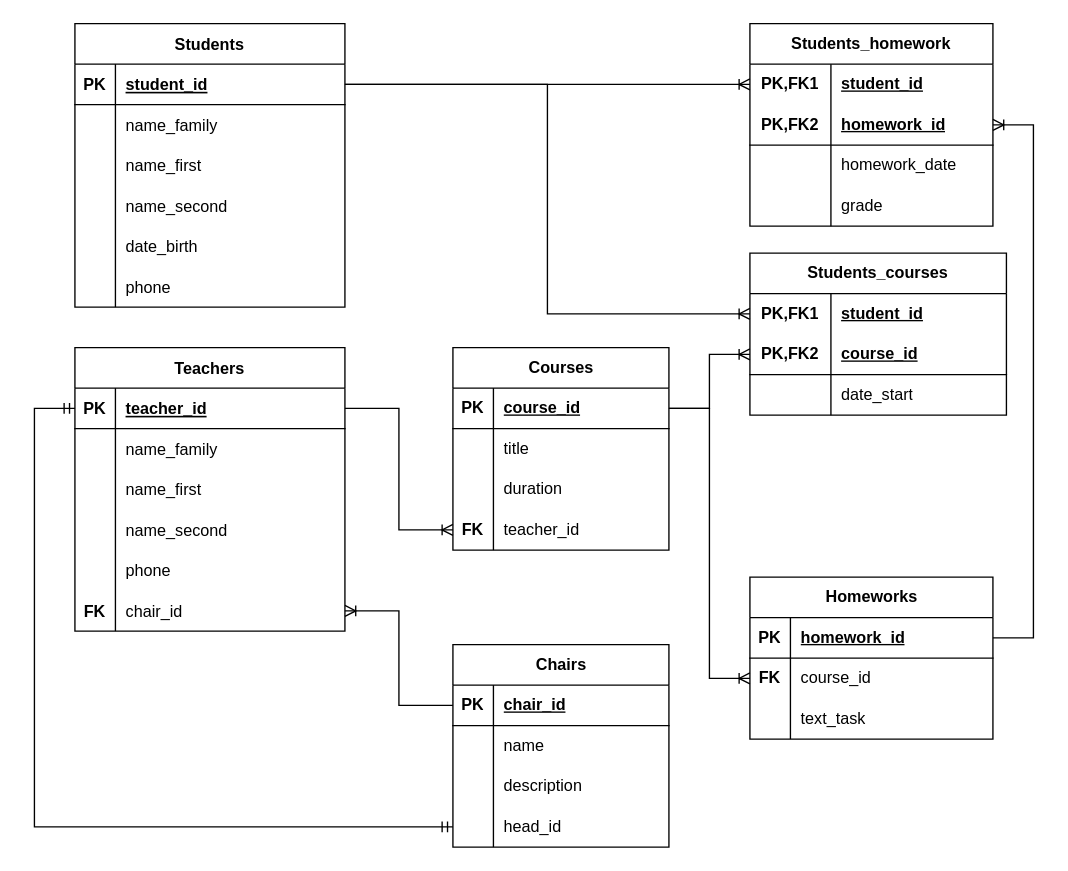
MDS-007-52/Draw_io_diagrams keeps this draw.io diagram as page "Task 3" (3 of 3) of draw_io/14_8_practice_DataBase.drawio. Above is the earlier version. Source tidied: cells renumbered, new cells numbered last; positions are measured from the earlier drawing's top-left corner, leaving out a move shared by most shapes. Both pictures are drawn from the tidied source at 135%, with x=0, y=0 at pixel (34, 23).
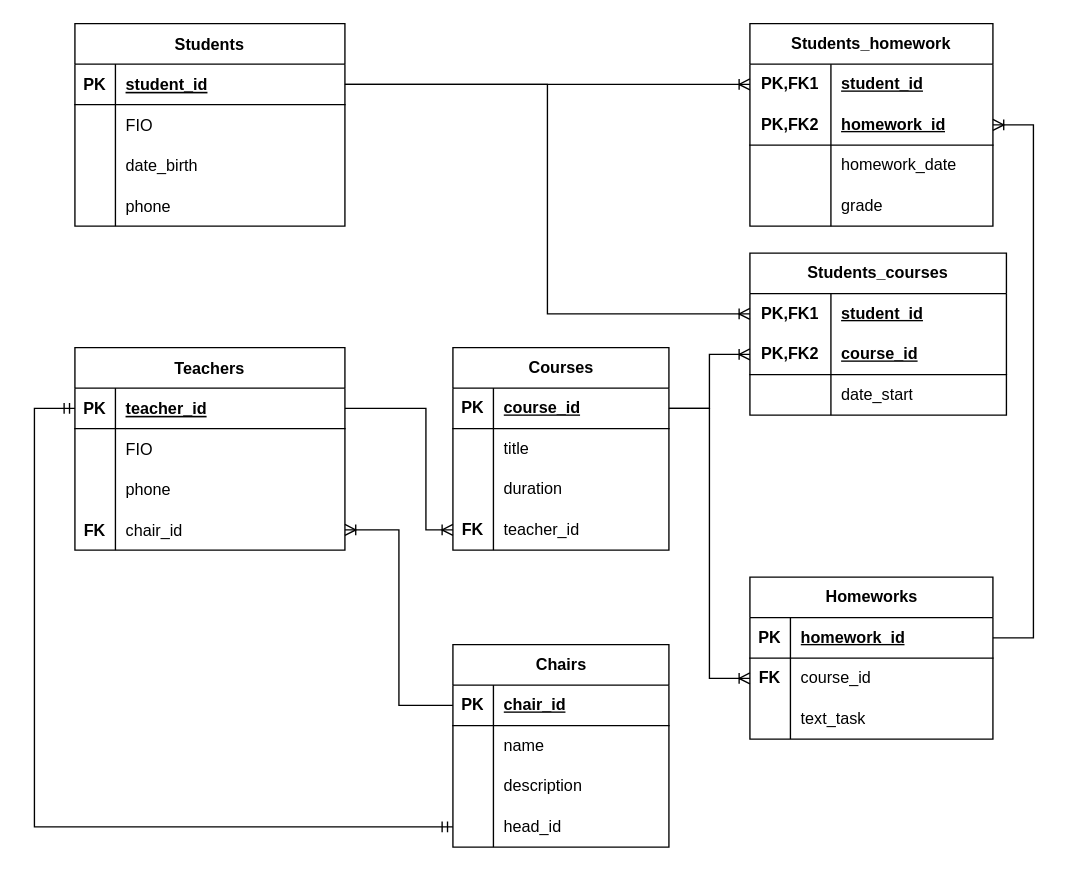
Above is the later version.

The change refers to these unchanged cells:
```xml
<mxCell id="41" style="shape=tableRow;horizontal=0;startSize=0;swimlaneHead=0;swimlaneBody=0;fillColor=none;points=[[0,0.5],[1,0.5]];portConstraint=eastwest;top=0;left=0;right=0;bottom=1;" parent="40" vertex="1">
  <mxGeometry y="30" width="160" height="30" as="geometry" />
</mxCell>
<mxCell id="50" style="shape=tableRow;horizontal=0;startSize=0;swimlaneHead=0;swimlaneBody=0;fillColor=none;points=[[0,0.5],[1,0.5]];portConstraint=eastwest;top=0;left=0;right=0;bottom=0;" parent="40" vertex="1">
  <mxGeometry y="120" width="160" height="30" as="geometry" />
</mxCell>
<mxCell id="64" style="shape=tableRow;horizontal=0;startSize=0;swimlaneHead=0;swimlaneBody=0;fillColor=none;points=[[0,0.5],[1,0.5]];portConstraint=eastwest;top=0;left=0;right=0;bottom=0;" parent="54" vertex="1">
  <mxGeometry y="120" width="160" height="30" as="geometry" />
</mxCell>
<mxCell id="69" style="shape=tableRow;horizontal=0;startSize=0;swimlaneHead=0;swimlaneBody=0;fillColor=none;points=[[0,0.5],[1,0.5]];portConstraint=eastwest;top=0;left=0;right=0;bottom=0;html=1;" parent="68" vertex="1">
  <mxGeometry y="30" width="190" height="30" as="geometry" />
</mxCell>
<mxCell id="92" style="shape=tableRow;horizontal=0;startSize=0;swimlaneHead=0;swimlaneBody=0;fillColor=none;points=[[0,0.5],[1,0.5]];portConstraint=eastwest;top=0;left=0;right=0;bottom=0;html=1;" parent="91" vertex="1">
  <mxGeometry y="30" width="180" height="30" as="geometry" />
</mxCell>
```

The edit, as a diff of the source:
```diff
@@
-    <mxCell id="2" value="Students" style="shape=table;startSize=30;childLayout=tableLayout;rowLines=0;fontStyle=1;align=center;" parent="1" vertex="1">
-      <mxGeometry x="30" width="200" height="210" as="geometry" />
-    </mxCell>
-    <mxCell id="3" style="shape=partialRectangle;fillColor=none;points=[[0,0.5],[1,0.5]];portConstraint=eastwest;top=0;left=0;right=0;bottom=1;" parent="2" vertex="1">
-      <mxGeometry y="30" width="200" height="30" as="geometry" />
-    </mxCell>
-    <mxCell id="4" value="PK" style="shape=partialRectangle;overflow=hidden;fillColor=none;top=0;left=0;bottom=0;right=0;fontStyle=1;" parent="3" vertex="1">
-      <mxGeometry width="30" height="30" as="geometry" />
-    </mxCell>
-    <mxCell id="5" value="student_id " style="shape=partialRectangle;overflow=hidden;fillColor=none;top=0;left=0;bottom=0;right=0;align=left;spacingLeft=6;fontStyle=5;" parent="3" vertex="1">
-      <mxGeometry x="30" width="170" height="30" as="geometry" />
-    </mxCell>
-    <mxCell id="6" style="shape=partialRectangle;fillColor=none;top=0;left=0;right=0;bottom=0;" parent="2" vertex="1">
-      <mxGeometry y="60" width="200" height="30" as="geometry" />
-    </mxCell>
-    <mxCell id="7" style="shape=partialRectangle;overflow=hidden;fillColor=none;top=0;left=0;bottom=0;right=0;" parent="6" vertex="1">
-      <mxGeometry width="30" height="30" as="geometry" />
-    </mxCell>
-    <mxCell id="8" value="name_family" style="shape=partialRectangle;overflow=hidden;fillColor=none;top=0;left=0;bottom=0;right=0;align=left;spacingLeft=6;" parent="6" vertex="1">
-      <mxGeometry x="30" width="170" height="30" as="geometry" />
-    </mxCell>
-    <mxCell id="9" style="shape=tableRow;horizontal=0;startSize=0;swimlaneHead=0;swimlaneBody=0;fillColor=none;top=0;left=0;right=0;bottom=0;" parent="2" vertex="1">
-      <mxGeometry y="90" width="200" height="30" as="geometry" />
-    </mxCell>
-    <mxCell id="10" style="shape=partialRectangle;fillColor=none;top=0;left=0;bottom=0;right=0;overflow=hidden;" parent="9" vertex="1">
-      <mxGeometry width="30" height="30" as="geometry" />
-    </mxCell>
-    <mxCell id="11" value="name_first" style="shape=partialRectangle;fillColor=none;top=0;left=0;bottom=0;right=0;align=left;spacingLeft=6;overflow=hidden;" parent="9" vertex="1">
-      <mxGeometry x="30" width="170" height="30" as="geometry" />
-    </mxCell>
-    <mxCell id="12" style="shape=tableRow;horizontal=0;startSize=0;swimlaneHead=0;swimlaneBody=0;fillColor=none;top=0;left=0;right=0;bottom=0;" parent="2" vertex="1">
-      <mxGeometry y="120" width="200" height="30" as="geometry" />
-    </mxCell>
-    <mxCell id="13" style="shape=partialRectangle;fillColor=none;top=0;left=0;bottom=0;right=0;overflow=hidden;" parent="12" vertex="1">
-      <mxGeometry width="30" height="30" as="geometry" />
-    </mxCell>
-    <mxCell id="14" value="name_second" style="shape=partialRectangle;fillColor=none;top=0;left=0;bottom=0;right=0;align=left;spacingLeft=6;overflow=hidden;" parent="12" vertex="1">
-      <mxGeometry x="30" width="170" height="30" as="geometry" />
-    </mxCell>
-    <mxCell id="15" style="shape=tableRow;horizontal=0;startSize=0;swimlaneHead=0;swimlaneBody=0;fillColor=none;top=0;left=0;right=0;bottom=0;" parent="2" vertex="1">
-      <mxGeometry y="150" width="200" height="30" as="geometry" />
-    </mxCell>
-    <mxCell id="16" style="shape=partialRectangle;fillColor=none;top=0;left=0;bottom=0;right=0;overflow=hidden;" parent="15" vertex="1">
-      <mxGeometry width="30" height="30" as="geometry" />
-    </mxCell>
-    <mxCell id="17" value="date_birth" style="shape=partialRectangle;fillColor=none;top=0;left=0;bottom=0;right=0;align=left;spacingLeft=6;overflow=hidden;" parent="15" vertex="1">
-      <mxGeometry x="30" width="170" height="30" as="geometry" />
-    </mxCell>
-    <mxCell id="18" style="shape=tableRow;horizontal=0;startSize=0;swimlaneHead=0;swimlaneBody=0;fillColor=none;top=0;left=0;right=0;bottom=0;" parent="2" vertex="1">
-      <mxGeometry y="180" width="200" height="30" as="geometry" />
-    </mxCell>
-    <mxCell id="19" style="shape=partialRectangle;fillColor=none;top=0;left=0;bottom=0;right=0;overflow=hidden;" parent="18" vertex="1">
-      <mxGeometry width="30" height="30" as="geometry" />
-    </mxCell>
-    <mxCell id="20" value="phone" style="shape=partialRectangle;fillColor=none;top=0;left=0;bottom=0;right=0;align=left;spacingLeft=6;overflow=hidden;" parent="18" vertex="1">
-      <mxGeometry x="30" width="170" height="30" as="geometry" />
-    </mxCell>
-    <mxCell id="21" value="Teachers" style="shape=table;startSize=30;childLayout=tableLayout;rowLines=0;fontStyle=1;align=center;" parent="1" vertex="1">
-      <mxGeometry x="30" y="240" width="200" height="210" as="geometry" />
-    </mxCell>
-    <mxCell id="22" style="shape=partialRectangle;fillColor=none;points=[[0,0.5],[1,0.5]];portConstraint=eastwest;top=0;left=0;right=0;bottom=1;" parent="21" vertex="1">
-      <mxGeometry y="30" width="200" height="30" as="geometry" />
-    </mxCell>
-    <mxCell id="23" value="PK" style="shape=partialRectangle;overflow=hidden;fillColor=none;top=0;left=0;bottom=0;right=0;fontStyle=1;" parent="22" vertex="1">
-      <mxGeometry width="30" height="30" as="geometry" />
-    </mxCell>
-    <mxCell id="24" value="teacher_id " style="shape=partialRectangle;overflow=hidden;fillColor=none;top=0;left=0;bottom=0;right=0;align=left;spacingLeft=6;fontStyle=5;" parent="22" vertex="1">
-      <mxGeometry x="30" width="170" height="30" as="geometry" />
-    </mxCell>
-    <mxCell id="25" style="shape=partialRectangle;fillColor=none;top=0;left=0;right=0;bottom=0;" parent="21" vertex="1">
-      <mxGeometry y="60" width="200" height="30" as="geometry" />
-    </mxCell>
-    <mxCell id="26" style="shape=partialRectangle;overflow=hidden;fillColor=none;top=0;left=0;bottom=0;right=0;" parent="25" vertex="1">
-      <mxGeometry width="30" height="30" as="geometry" />
-    </mxCell>
-    <mxCell id="27" value="name_family" style="shape=partialRectangle;overflow=hidden;fillColor=none;top=0;left=0;bottom=0;right=0;align=left;spacingLeft=6;" parent="25" vertex="1">
-      <mxGeometry x="30" width="170" height="30" as="geometry" />
-    </mxCell>
-    <mxCell id="28" style="shape=tableRow;horizontal=0;startSize=0;swimlaneHead=0;swimlaneBody=0;fillColor=none;top=0;left=0;right=0;bottom=0;" parent="21" vertex="1">
-      <mxGeometry y="90" width="200" height="30" as="geometry" />
-    </mxCell>
-    <mxCell id="29" style="shape=partialRectangle;fillColor=none;top=0;left=0;bottom=0;right=0;overflow=hidden;" parent="28" vertex="1">
-      <mxGeometry width="30" height="30" as="geometry" />
-    </mxCell>
-    <mxCell id="30" value="name_first" style="shape=partialRectangle;fillColor=none;top=0;left=0;bottom=0;right=0;align=left;spacingLeft=6;overflow=hidden;" parent="28" vertex="1">
-      <mxGeometry x="30" width="170" height="30" as="geometry" />
-    </mxCell>
-    <mxCell id="31" style="shape=tableRow;horizontal=0;startSize=0;swimlaneHead=0;swimlaneBody=0;fillColor=none;top=0;left=0;right=0;bottom=0;" parent="21" vertex="1">
-      <mxGeometry y="120" width="200" height="30" as="geometry" />
-    </mxCell>
-    <mxCell id="32" style="shape=partialRectangle;fillColor=none;top=0;left=0;bottom=0;right=0;overflow=hidden;" parent="31" vertex="1">
-      <mxGeometry width="30" height="30" as="geometry" />
-    </mxCell>
-    <mxCell id="33" value="name_second" style="shape=partialRectangle;fillColor=none;top=0;left=0;bottom=0;right=0;align=left;spacingLeft=6;overflow=hidden;" parent="31" vertex="1">
-      <mxGeometry x="30" width="170" height="30" as="geometry" />
-    </mxCell>
-    <mxCell id="34" style="shape=tableRow;horizontal=0;startSize=0;swimlaneHead=0;swimlaneBody=0;fillColor=none;top=0;left=0;right=0;bottom=0;" parent="21" vertex="1">
-      <mxGeometry y="150" width="200" height="30" as="geometry" />
-    </mxCell>
-    <mxCell id="35" style="shape=partialRectangle;fillColor=none;top=0;left=0;bottom=0;right=0;overflow=hidden;" parent="34" vertex="1">
-      <mxGeometry width="30" height="30" as="geometry" />
-    </mxCell>
-    <mxCell id="36" value="phone" style="shape=partialRectangle;fillColor=none;top=0;left=0;bottom=0;right=0;align=left;spacingLeft=6;overflow=hidden;" parent="34" vertex="1">
-      <mxGeometry x="30" width="170" height="30" as="geometry" />
-    </mxCell>
-    <mxCell id="37" style="shape=tableRow;horizontal=0;startSize=0;swimlaneHead=0;swimlaneBody=0;fillColor=none;points=[[0,0.5],[1,0.5]];portConstraint=eastwest;top=0;left=0;right=0;bottom=0;" parent="21" vertex="1">
-      <mxGeometry y="180" width="200" height="30" as="geometry" />
-    </mxCell>
-    <mxCell id="38" value="FK" style="shape=partialRectangle;fillColor=none;top=0;left=0;bottom=0;right=0;overflow=hidden;fontStyle=1;" parent="37" vertex="1">
-      <mxGeometry width="30" height="30" as="geometry" />
-    </mxCell>
-    <mxCell id="39" value="chair_id" style="shape=partialRectangle;fillColor=none;top=0;left=0;bottom=0;right=0;align=left;spacingLeft=6;overflow=hidden;" parent="37" vertex="1">
-      <mxGeometry x="30" width="170" height="30" as="geometry" />
-    </mxCell>
@@
-    <mxCell id="53" style="edgeStyle=elbowEdgeStyle;fontSize=12;html=1;endArrow=ERoneToMany;rounded=0;exitX=0;exitY=0.5;exitDx=0;exitDy=0;entryX=1;entryY=0.5;entryDx=0;entryDy=0;" parent="1" edge="1" source="41" target="37">
+    <mxCell id="53" style="edgeStyle=elbowEdgeStyle;fontSize=12;html=1;endArrow=ERoneToMany;rounded=0;exitX=0;exitY=0.5;exitDx=0;exitDy=0;entryX=1;entryY=0.5;entryDx=0;entryDy=0;" parent="1" edge="1" source="41" target="125">
       <mxGeometry relative="1" as="geometry" />
     </mxCell>
@@
-    <mxCell id="67" style="edgeStyle=elbowEdgeStyle;fontSize=12;html=1;endArrow=ERoneToMany;rounded=0;exitX=1;exitY=0.5;exitDx=0;exitDy=0;entryX=0;entryY=0.5;entryDx=0;entryDy=0;" parent="1" edge="1" source="22" target="64">
-      <mxGeometry relative="1" as="geometry" />
+    <mxCell id="67" style="edgeStyle=elbowEdgeStyle;fontSize=12;html=1;endArrow=ERoneToMany;rounded=0;exitX=1;exitY=0.5;exitDx=0;exitDy=0;entryX=0;entryY=0.5;entryDx=0;entryDy=0;" parent="1" edge="1" source="117" target="64">
+      <mxGeometry relative="1" as="geometry">
+        <Array as="points">
+          <mxPoint x="290" y="280" />
+        </Array>
+      </mxGeometry>
     </mxCell>
@@
-    <mxCell id="78" style="edgeStyle=orthogonalEdgeStyle;fontSize=12;html=1;endArrow=ERoneToMany;rounded=0;exitX=1;exitY=0.5;exitDx=0;exitDy=0;entryX=0;entryY=0.5;entryDx=0;entryDy=0;" parent="1" edge="1" source="3" target="69">
-      <mxGeometry relative="1" as="geometry" />
-    </mxCell>
@@
-    <mxCell id="104" style="edgeStyle=entityRelationEdgeStyle;fontSize=12;html=1;endArrow=ERoneToMany;rounded=0;exitX=1;exitY=0.5;exitDx=0;exitDy=0;" parent="1" edge="1" source="3" target="92">
+    <mxCell id="104" style="edgeStyle=entityRelationEdgeStyle;fontSize=12;html=1;endArrow=ERoneToMany;rounded=0;exitX=1;exitY=0.5;exitDx=0;exitDy=0;" parent="1" edge="1" source="107" target="92">
       <mxGeometry relative="1" as="geometry" />
     </mxCell>
@@
-    <mxCell id="106" style="edgeStyle=elbowEdgeStyle;fontSize=12;html=1;endArrow=ERmandOne;startArrow=ERmandOne;rounded=0;entryX=0;entryY=0.5;entryDx=0;entryDy=0;" parent="1" edge="1" source="50" target="22">
+    <mxCell id="106" style="edgeStyle=elbowEdgeStyle;fontSize=12;html=1;endArrow=ERmandOne;startArrow=ERmandOne;rounded=0;entryX=0;entryY=0.5;entryDx=0;entryDy=0;" parent="1" edge="1" source="50" target="117">
       <mxGeometry relative="1" as="geometry">
         <Array as="points">
           <mxPoint y="420" />
         </Array>
       </mxGeometry>
     </mxCell>
+    <mxCell id="2" value="Students" style="shape=table;startSize=30;childLayout=tableLayout;rowLines=0;fontStyle=1;align=center;" parent="1" vertex="1">
+      <mxGeometry x="30" width="200" height="150" as="geometry" />
+    </mxCell>
+    <mxCell id="107" style="shape=partialRectangle;fillColor=none;points=[[0,0.5],[1,0.5]];portConstraint=eastwest;top=0;left=0;right=0;bottom=1;" parent="2" vertex="1">
+      <mxGeometry y="30" width="200" height="30" as="geometry" />
+    </mxCell>
+    <mxCell id="108" value="PK" style="shape=partialRectangle;overflow=hidden;fillColor=none;top=0;left=0;bottom=0;right=0;fontStyle=1;" parent="107" vertex="1">
+      <mxGeometry width="30" height="30" as="geometry" />
+    </mxCell>
+    <mxCell id="5" value="student_id " style="shape=partialRectangle;overflow=hidden;fillColor=none;top=0;left=0;bottom=0;right=0;align=left;spacingLeft=6;fontStyle=5;" parent="107" vertex="1">
+      <mxGeometry x="30" width="170" height="30" as="geometry" />
+    </mxCell>
+    <mxCell id="109" style="shape=partialRectangle;fillColor=none;top=0;left=0;right=0;bottom=0;" parent="2" vertex="1">
+      <mxGeometry y="60" width="200" height="30" as="geometry" />
+    </mxCell>
+    <mxCell id="110" style="shape=partialRectangle;overflow=hidden;fillColor=none;top=0;left=0;bottom=0;right=0;" parent="109" vertex="1">
+      <mxGeometry width="30" height="30" as="geometry" />
+    </mxCell>
+    <mxCell id="111" value="FIO" style="shape=partialRectangle;overflow=hidden;fillColor=none;top=0;left=0;bottom=0;right=0;align=left;spacingLeft=6;" parent="109" vertex="1">
+      <mxGeometry x="30" width="170" height="30" as="geometry" />
+    </mxCell>
+    <mxCell id="112" style="shape=tableRow;horizontal=0;startSize=0;swimlaneHead=0;swimlaneBody=0;fillColor=none;top=0;left=0;right=0;bottom=0;" parent="2" vertex="1">
+      <mxGeometry y="90" width="200" height="30" as="geometry" />
+    </mxCell>
+    <mxCell id="113" style="shape=partialRectangle;fillColor=none;top=0;left=0;bottom=0;right=0;overflow=hidden;" parent="112" vertex="1">
+      <mxGeometry width="30" height="30" as="geometry" />
+    </mxCell>
+    <mxCell id="17" value="date_birth" style="shape=partialRectangle;fillColor=none;top=0;left=0;bottom=0;right=0;align=left;spacingLeft=6;overflow=hidden;" parent="112" vertex="1">
+      <mxGeometry x="30" width="170" height="30" as="geometry" />
+    </mxCell>
+    <mxCell id="114" style="shape=tableRow;horizontal=0;startSize=0;swimlaneHead=0;swimlaneBody=0;fillColor=none;top=0;left=0;right=0;bottom=0;" parent="2" vertex="1">
+      <mxGeometry y="120" width="200" height="30" as="geometry" />
+    </mxCell>
+    <mxCell id="115" style="shape=partialRectangle;fillColor=none;top=0;left=0;bottom=0;right=0;overflow=hidden;" parent="114" vertex="1">
+      <mxGeometry width="30" height="30" as="geometry" />
+    </mxCell>
+    <mxCell id="116" value="phone" style="shape=partialRectangle;fillColor=none;top=0;left=0;bottom=0;right=0;align=left;spacingLeft=6;overflow=hidden;" parent="114" vertex="1">
+      <mxGeometry x="30" width="170" height="30" as="geometry" />
+    </mxCell>
+    <mxCell id="21" value="Teachers" style="shape=table;startSize=30;childLayout=tableLayout;rowLines=0;fontStyle=1;align=center;" parent="1" vertex="1">
+      <mxGeometry x="30" y="240" width="200" height="150" as="geometry" />
+    </mxCell>
+    <mxCell id="117" style="shape=partialRectangle;fillColor=none;points=[[0,0.5],[1,0.5]];portConstraint=eastwest;top=0;left=0;right=0;bottom=1;" parent="21" vertex="1">
+      <mxGeometry y="30" width="200" height="30" as="geometry" />
+    </mxCell>
+    <mxCell id="118" value="PK" style="shape=partialRectangle;overflow=hidden;fillColor=none;top=0;left=0;bottom=0;right=0;fontStyle=1;" parent="117" vertex="1">
+      <mxGeometry width="30" height="30" as="geometry" />
+    </mxCell>
+    <mxCell id="24" value="teacher_id " style="shape=partialRectangle;overflow=hidden;fillColor=none;top=0;left=0;bottom=0;right=0;align=left;spacingLeft=6;fontStyle=5;" parent="117" vertex="1">
+      <mxGeometry x="30" width="170" height="30" as="geometry" />
+    </mxCell>
+    <mxCell id="119" style="shape=partialRectangle;fillColor=none;top=0;left=0;right=0;bottom=0;" parent="21" vertex="1">
+      <mxGeometry y="60" width="200" height="30" as="geometry" />
+    </mxCell>
+    <mxCell id="120" style="shape=partialRectangle;overflow=hidden;fillColor=none;top=0;left=0;bottom=0;right=0;" parent="119" vertex="1">
+      <mxGeometry width="30" height="30" as="geometry" />
+    </mxCell>
+    <mxCell id="121" value="FIO" style="shape=partialRectangle;overflow=hidden;fillColor=none;top=0;left=0;bottom=0;right=0;align=left;spacingLeft=6;" parent="119" vertex="1">
+      <mxGeometry x="30" width="170" height="30" as="geometry" />
+    </mxCell>
+    <mxCell id="122" style="shape=tableRow;horizontal=0;startSize=0;swimlaneHead=0;swimlaneBody=0;fillColor=none;top=0;left=0;right=0;bottom=0;" parent="21" vertex="1">
+      <mxGeometry y="90" width="200" height="30" as="geometry" />
+    </mxCell>
+    <mxCell id="123" style="shape=partialRectangle;fillColor=none;top=0;left=0;bottom=0;right=0;overflow=hidden;" parent="122" vertex="1">
+      <mxGeometry width="30" height="30" as="geometry" />
+    </mxCell>
+    <mxCell id="124" value="phone" style="shape=partialRectangle;fillColor=none;top=0;left=0;bottom=0;right=0;align=left;spacingLeft=6;overflow=hidden;" parent="122" vertex="1">
+      <mxGeometry x="30" width="170" height="30" as="geometry" />
+    </mxCell>
+    <mxCell id="125" style="shape=tableRow;horizontal=0;startSize=0;swimlaneHead=0;swimlaneBody=0;fillColor=none;points=[[0,0.5],[1,0.5]];portConstraint=eastwest;top=0;left=0;right=0;bottom=0;" parent="21" vertex="1">
+      <mxGeometry y="120" width="200" height="30" as="geometry" />
+    </mxCell>
+    <mxCell id="38" value="FK" style="shape=partialRectangle;fillColor=none;top=0;left=0;bottom=0;right=0;overflow=hidden;fontStyle=1;" parent="125" vertex="1">
+      <mxGeometry width="30" height="30" as="geometry" />
+    </mxCell>
+    <mxCell id="39" value="chair_id" style="shape=partialRectangle;fillColor=none;top=0;left=0;bottom=0;right=0;align=left;spacingLeft=6;overflow=hidden;" parent="125" vertex="1">
+      <mxGeometry x="30" width="170" height="30" as="geometry" />
+    </mxCell>
+    <mxCell id="126" style="edgeStyle=elbowEdgeStyle;fontSize=12;html=1;endArrow=ERoneToMany;rounded=0;exitX=1;exitY=0.5;exitDx=0;exitDy=0;" parent="1" edge="1" source="107" target="69">
+      <mxGeometry relative="1" as="geometry" />
+    </mxCell>
```
